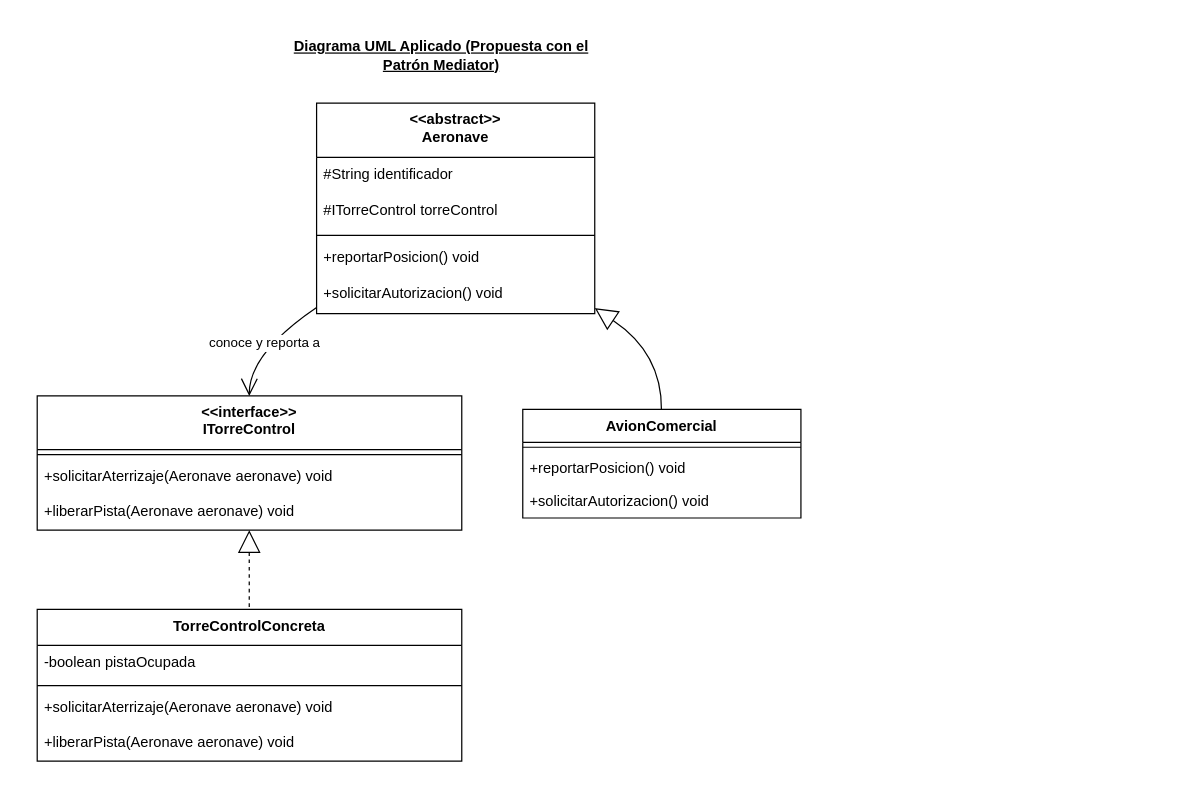
carytnas/PDS_Actividad03_Grupo02 keeps this draw.io diagram as page "MediatorAplicado" (2 of 4) of Diagramas/Mediator-Command.drawio. Above is the earlier version. Source tidied: cells renumbered, new cells numbered last; positions are measured from the earlier drawing's top-left corner, leaving out a move shared by most shapes. Both pictures are drawn from the tidied source at 122%, with x=0, y=0 at pixel (37, 21).
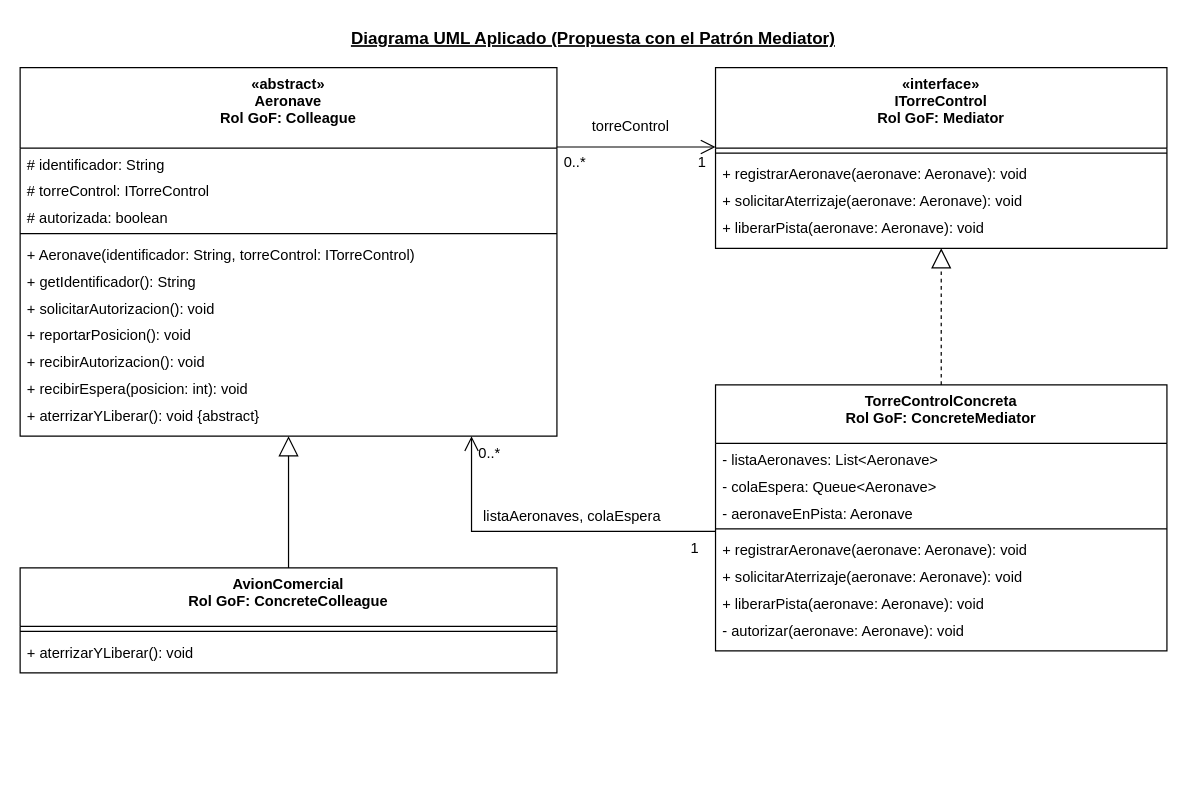
The same diagram, later.

Commit message (it also covers changes not shown here):
Mediator notifica a las aeronaves; UML y PPTX alineados con el código

What changed in the source:
```diff
@@
-    <mxCell id="2" value="&lt;&lt;interface&gt;&gt;&#10;ITorreControl" style="swimlane;fontStyle=1;align=center;verticalAlign=top;horizontal=1;startSize=44.124999046325684;" parent="1" vertex="1">
-      <mxGeometry y="307" width="348" height="110.1" as="geometry" />
-    </mxCell>
-    <mxCell id="3" style="line;strokeWidth=1;fillColor=none;align=left;verticalAlign=middle;spacingTop=-1;spacingLeft=3;spacingRight=3;labelPosition=right;strokeColor=inherit;" parent="2" vertex="1">
-      <mxGeometry y="44.1" width="348" height="8" as="geometry" />
-    </mxCell>
-    <mxCell id="4" value="+solicitarAterrizaje(Aeronave aeronave) void" style="text;strokeColor=none;fillColor=none;align=left;verticalAlign=top;spacingLeft=4;spacingRight=4;overflow=hidden;" parent="2" vertex="1">
-      <mxGeometry y="52.1" width="348" height="29" as="geometry" />
-    </mxCell>
-    <mxCell id="5" value="+liberarPista(Aeronave aeronave) void" style="text;strokeColor=none;fillColor=none;align=left;verticalAlign=top;spacingLeft=4;spacingRight=4;overflow=hidden;" parent="2" vertex="1">
-      <mxGeometry y="81.1" width="348" height="29" as="geometry" />
-    </mxCell>
-    <mxCell id="6" value="TorreControlConcreta" style="swimlane;fontStyle=1;align=center;verticalAlign=top;horizontal=1;startSize=29.41666603088379;" parent="1" vertex="1">
-      <mxGeometry y="482" width="348" height="124.4" as="geometry" />
-    </mxCell>
-    <mxCell id="7" value="-boolean pistaOcupada" style="text;strokeColor=none;fillColor=none;align=left;verticalAlign=top;spacingLeft=4;spacingRight=4;overflow=hidden;" parent="6" vertex="1">
-      <mxGeometry y="29.4" width="348" height="29" as="geometry" />
-    </mxCell>
-    <mxCell id="8" style="line;strokeWidth=1;fillColor=none;align=left;verticalAlign=middle;spacingTop=-1;spacingLeft=3;spacingRight=3;labelPosition=right;strokeColor=inherit;" parent="6" vertex="1">
-      <mxGeometry y="58.4" width="348" height="8" as="geometry" />
-    </mxCell>
-    <mxCell id="9" value="+solicitarAterrizaje(Aeronave aeronave) void" style="text;strokeColor=none;fillColor=none;align=left;verticalAlign=top;spacingLeft=4;spacingRight=4;overflow=hidden;" parent="6" vertex="1">
-      <mxGeometry y="66.4" width="348" height="29" as="geometry" />
-    </mxCell>
-    <mxCell id="10" value="+liberarPista(Aeronave aeronave) void" style="text;strokeColor=none;fillColor=none;align=left;verticalAlign=top;spacingLeft=4;spacingRight=4;overflow=hidden;" parent="6" vertex="1">
-      <mxGeometry y="95.4" width="348" height="29" as="geometry" />
-    </mxCell>
-    <mxCell id="11" value="&lt;&lt;abstract&gt;&gt;&#10;Aeronave" style="swimlane;fontStyle=1;align=center;verticalAlign=top;horizontal=1;startSize=44.45454545454545;" parent="1" vertex="1">
-      <mxGeometry x="229" y="67" width="228" height="172.5" as="geometry" />
-    </mxCell>
-    <mxCell id="12" value="#String identificador" style="text;strokeColor=none;fillColor=none;align=left;verticalAlign=top;spacingLeft=4;spacingRight=4;overflow=hidden;" parent="11" vertex="1">
-      <mxGeometry y="44.5" width="228" height="30" as="geometry" />
-    </mxCell>
-    <mxCell id="13" value="#ITorreControl torreControl" style="text;strokeColor=none;fillColor=none;align=left;verticalAlign=top;spacingLeft=4;spacingRight=4;overflow=hidden;" parent="11" vertex="1">
-      <mxGeometry y="74.5" width="228" height="30" as="geometry" />
-    </mxCell>
-    <mxCell id="14" style="line;strokeWidth=1;fillColor=none;align=left;verticalAlign=middle;spacingTop=-1;spacingLeft=3;spacingRight=3;labelPosition=right;strokeColor=inherit;" parent="11" vertex="1">
-      <mxGeometry y="104.5" width="228" height="8" as="geometry" />
-    </mxCell>
-    <mxCell id="15" value="+reportarPosicion() void" style="text;strokeColor=none;fillColor=none;align=left;verticalAlign=top;spacingLeft=4;spacingRight=4;overflow=hidden;" parent="11" vertex="1">
-      <mxGeometry y="112.5" width="228" height="30" as="geometry" />
-    </mxCell>
-    <mxCell id="16" value="+solicitarAutorizacion() void" style="text;strokeColor=none;fillColor=none;align=left;verticalAlign=top;spacingLeft=4;spacingRight=4;overflow=hidden;" parent="11" vertex="1">
-      <mxGeometry y="142.5" width="228" height="30" as="geometry" />
-    </mxCell>
-    <mxCell id="17" value="AvionComercial" style="swimlane;fontStyle=1;align=center;verticalAlign=top;horizontal=1;startSize=27.142857142857142;" parent="1" vertex="1">
-      <mxGeometry x="398" y="318" width="228" height="89.1" as="geometry" />
-    </mxCell>
-    <mxCell id="18" style="line;strokeWidth=1;fillColor=none;align=left;verticalAlign=middle;spacingTop=-1;spacingLeft=3;spacingRight=3;labelPosition=right;strokeColor=inherit;" parent="17" vertex="1">
-      <mxGeometry y="27.1" width="228" height="8" as="geometry" />
-    </mxCell>
-    <mxCell id="19" value="+reportarPosicion() void" style="text;strokeColor=none;fillColor=none;align=left;verticalAlign=top;spacingLeft=4;spacingRight=4;overflow=hidden;" parent="17" vertex="1">
-      <mxGeometry y="35.1" width="228" height="27" as="geometry" />
-    </mxCell>
-    <mxCell id="20" value="+solicitarAutorizacion() void" style="text;strokeColor=none;fillColor=none;align=left;verticalAlign=top;spacingLeft=4;spacingRight=4;overflow=hidden;" parent="17" vertex="1">
-      <mxGeometry y="62.1" width="228" height="27" as="geometry" />
-    </mxCell>
-    <mxCell id="21" style="curved=1;dashed=1;startArrow=block;startSize=16;startFill=0;endArrow=none;exitX=0.4994312593306618;exitY=0.994708984617203;entryX=0.4994312593306618;entryY=0.0026454925537109375;rounded=0;" parent="1" edge="1" source="2" target="6">
-      <mxGeometry relative="1" as="geometry" />
-    </mxCell>
-    <mxCell id="22" style="curved=1;startArrow=block;startSize=16;startFill=0;endArrow=none;exitX=0.9989034753096732;exitY=0.9730781838131156;entryX=0.4984009056760554;entryY=0;rounded=0;" parent="1" edge="1" source="11" target="17">
-      <mxGeometry relative="1" as="geometry">
-        <Array as="points">
-          <mxPoint x="512" y="272" />
-        </Array>
-      </mxGeometry>
-    </mxCell>
-    <mxCell id="23" value="conoce y reporta a" style="curved=1;startArrow=none;endArrow=open;endSize=12;exitX=-0.0013706474973444354;exitY=0.9730781838131156;entryX=0.4994312593306618;entryY=-0.0026454925537109375;rounded=0;" parent="1" edge="1" source="11" target="2">
-      <mxGeometry relative="1" as="geometry">
-        <Array as="points">
-          <mxPoint x="174" y="272" />
-        </Array>
-      </mxGeometry>
-    </mxCell>
+    <mxCell id="25" value="«abstract»&#10;Aeronave&#10;Rol GoF: Colleague" style="swimlane;fontStyle=1;align=center;verticalAlign=top;horizontal=1;startSize=66;" parent="1" vertex="1">
+      <mxGeometry x="-14" y="38" width="440" height="302" as="geometry" />
+    </mxCell>
+    <mxCell id="26" value="# identificador: String" style="text;strokeColor=none;fillColor=none;align=left;verticalAlign=top;spacingLeft=4;spacingRight=4;overflow=hidden;" parent="25" vertex="1">
+      <mxGeometry y="66" width="440" height="22" as="geometry" />
+    </mxCell>
+    <mxCell id="27" value="# torreControl: ITorreControl" style="text;strokeColor=none;fillColor=none;align=left;verticalAlign=top;spacingLeft=4;spacingRight=4;overflow=hidden;" parent="25" vertex="1">
+      <mxGeometry y="88" width="440" height="22" as="geometry" />
+    </mxCell>
+    <mxCell id="28" value="# autorizada: boolean" style="text;strokeColor=none;fillColor=none;align=left;verticalAlign=top;spacingLeft=4;spacingRight=4;overflow=hidden;" parent="25" vertex="1">
+      <mxGeometry y="110" width="440" height="22" as="geometry" />
+    </mxCell>
+    <mxCell id="29" style="line;strokeWidth=1;fillColor=none;align=left;verticalAlign=middle;spacingTop=-1;spacingLeft=3;spacingRight=3;labelPosition=right;strokeColor=inherit;" parent="25" vertex="1">
+      <mxGeometry y="132" width="440" height="8" as="geometry" />
+    </mxCell>
+    <mxCell id="30" value="+ Aeronave(identificador: String, torreControl: ITorreControl)" style="text;strokeColor=none;fillColor=none;align=left;verticalAlign=top;spacingLeft=4;spacingRight=4;overflow=hidden;" parent="25" vertex="1">
+      <mxGeometry y="140" width="440" height="22" as="geometry" />
+    </mxCell>
+    <mxCell id="31" value="+ getIdentificador(): String" style="text;strokeColor=none;fillColor=none;align=left;verticalAlign=top;spacingLeft=4;spacingRight=4;overflow=hidden;" parent="25" vertex="1">
+      <mxGeometry y="162" width="440" height="22" as="geometry" />
+    </mxCell>
+    <mxCell id="32" value="+ solicitarAutorizacion(): void" style="text;strokeColor=none;fillColor=none;align=left;verticalAlign=top;spacingLeft=4;spacingRight=4;overflow=hidden;" parent="25" vertex="1">
+      <mxGeometry y="184" width="440" height="22" as="geometry" />
+    </mxCell>
+    <mxCell id="33" value="+ reportarPosicion(): void" style="text;strokeColor=none;fillColor=none;align=left;verticalAlign=top;spacingLeft=4;spacingRight=4;overflow=hidden;" parent="25" vertex="1">
+      <mxGeometry y="206" width="440" height="22" as="geometry" />
+    </mxCell>
+    <mxCell id="34" value="+ recibirAutorizacion(): void" style="text;strokeColor=none;fillColor=none;align=left;verticalAlign=top;spacingLeft=4;spacingRight=4;overflow=hidden;" parent="25" vertex="1">
+      <mxGeometry y="228" width="440" height="22" as="geometry" />
+    </mxCell>
+    <mxCell id="35" value="+ recibirEspera(posicion: int): void" style="text;strokeColor=none;fillColor=none;align=left;verticalAlign=top;spacingLeft=4;spacingRight=4;overflow=hidden;" parent="25" vertex="1">
+      <mxGeometry y="250" width="440" height="22" as="geometry" />
+    </mxCell>
+    <mxCell id="36" value="+ aterrizarYLiberar(): void {abstract}" style="text;strokeColor=none;fillColor=none;align=left;verticalAlign=top;spacingLeft=4;spacingRight=4;overflow=hidden;" parent="25" vertex="1">
+      <mxGeometry y="272" width="440" height="22" as="geometry" />
+    </mxCell>
+    <mxCell id="37" value="«interface»&#10;ITorreControl&#10;Rol GoF: Mediator" style="swimlane;fontStyle=1;align=center;verticalAlign=top;horizontal=1;startSize=66;" parent="1" vertex="1">
+      <mxGeometry x="556" y="38" width="370" height="148" as="geometry" />
+    </mxCell>
+    <mxCell id="38" style="line;strokeWidth=1;fillColor=none;align=left;verticalAlign=middle;spacingTop=-1;spacingLeft=3;spacingRight=3;labelPosition=right;strokeColor=inherit;" parent="37" vertex="1">
+      <mxGeometry y="66" width="370" height="8" as="geometry" />
+    </mxCell>
+    <mxCell id="39" value="+ registrarAeronave(aeronave: Aeronave): void" style="text;strokeColor=none;fillColor=none;align=left;verticalAlign=top;spacingLeft=4;spacingRight=4;overflow=hidden;" parent="37" vertex="1">
+      <mxGeometry y="74" width="370" height="22" as="geometry" />
+    </mxCell>
+    <mxCell id="40" value="+ solicitarAterrizaje(aeronave: Aeronave): void" style="text;strokeColor=none;fillColor=none;align=left;verticalAlign=top;spacingLeft=4;spacingRight=4;overflow=hidden;" parent="37" vertex="1">
+      <mxGeometry y="96" width="370" height="22" as="geometry" />
+    </mxCell>
+    <mxCell id="41" value="+ liberarPista(aeronave: Aeronave): void" style="text;strokeColor=none;fillColor=none;align=left;verticalAlign=top;spacingLeft=4;spacingRight=4;overflow=hidden;" parent="37" vertex="1">
+      <mxGeometry y="118" width="370" height="22" as="geometry" />
+    </mxCell>
+    <mxCell id="42" value="TorreControlConcreta&#10;Rol GoF: ConcreteMediator" style="swimlane;fontStyle=1;align=center;verticalAlign=top;horizontal=1;startSize=48;" parent="1" vertex="1">
+      <mxGeometry x="556" y="298" width="370" height="218" as="geometry" />
+    </mxCell>
+    <mxCell id="43" value="- listaAeronaves: List&lt;Aeronave&gt;" style="text;strokeColor=none;fillColor=none;align=left;verticalAlign=top;spacingLeft=4;spacingRight=4;overflow=hidden;" parent="42" vertex="1">
+      <mxGeometry y="48" width="370" height="22" as="geometry" />
+    </mxCell>
+    <mxCell id="44" value="- colaEspera: Queue&lt;Aeronave&gt;" style="text;strokeColor=none;fillColor=none;align=left;verticalAlign=top;spacingLeft=4;spacingRight=4;overflow=hidden;" parent="42" vertex="1">
+      <mxGeometry y="70" width="370" height="22" as="geometry" />
+    </mxCell>
+    <mxCell id="45" value="- aeronaveEnPista: Aeronave" style="text;strokeColor=none;fillColor=none;align=left;verticalAlign=top;spacingLeft=4;spacingRight=4;overflow=hidden;" parent="42" vertex="1">
+      <mxGeometry y="92" width="370" height="22" as="geometry" />
+    </mxCell>
+    <mxCell id="46" style="line;strokeWidth=1;fillColor=none;align=left;verticalAlign=middle;spacingTop=-1;spacingLeft=3;spacingRight=3;labelPosition=right;strokeColor=inherit;" parent="42" vertex="1">
+      <mxGeometry y="114" width="370" height="8" as="geometry" />
+    </mxCell>
+    <mxCell id="47" value="+ registrarAeronave(aeronave: Aeronave): void" style="text;strokeColor=none;fillColor=none;align=left;verticalAlign=top;spacingLeft=4;spacingRight=4;overflow=hidden;" parent="42" vertex="1">
+      <mxGeometry y="122" width="370" height="22" as="geometry" />
+    </mxCell>
+    <mxCell id="48" value="+ solicitarAterrizaje(aeronave: Aeronave): void" style="text;strokeColor=none;fillColor=none;align=left;verticalAlign=top;spacingLeft=4;spacingRight=4;overflow=hidden;" parent="42" vertex="1">
+      <mxGeometry y="144" width="370" height="22" as="geometry" />
+    </mxCell>
+    <mxCell id="49" value="+ liberarPista(aeronave: Aeronave): void" style="text;strokeColor=none;fillColor=none;align=left;verticalAlign=top;spacingLeft=4;spacingRight=4;overflow=hidden;" parent="42" vertex="1">
+      <mxGeometry y="166" width="370" height="22" as="geometry" />
+    </mxCell>
+    <mxCell id="50" value="- autorizar(aeronave: Aeronave): void" style="text;strokeColor=none;fillColor=none;align=left;verticalAlign=top;spacingLeft=4;spacingRight=4;overflow=hidden;" parent="42" vertex="1">
+      <mxGeometry y="188" width="370" height="22" as="geometry" />
+    </mxCell>
+    <mxCell id="51" value="AvionComercial&#10;Rol GoF: ConcreteColleague" style="swimlane;fontStyle=1;align=center;verticalAlign=top;horizontal=1;startSize=48;" parent="1" vertex="1">
+      <mxGeometry x="-14" y="448" width="440" height="86" as="geometry" />
+    </mxCell>
+    <mxCell id="52" style="line;strokeWidth=1;fillColor=none;align=left;verticalAlign=middle;spacingTop=-1;spacingLeft=3;spacingRight=3;labelPosition=right;strokeColor=inherit;" parent="51" vertex="1">
+      <mxGeometry y="48" width="440" height="8" as="geometry" />
+    </mxCell>
+    <mxCell id="53" value="+ aterrizarYLiberar(): void" style="text;strokeColor=none;fillColor=none;align=left;verticalAlign=top;spacingLeft=4;spacingRight=4;overflow=hidden;" parent="51" vertex="1">
+      <mxGeometry y="56" width="440" height="22" as="geometry" />
+    </mxCell>
+    <mxCell id="54" style="rounded=0;html=1;edgeStyle=none;exitX=1.0000;exitY=0.2152;exitDx=0;exitDy=0;entryX=0.0000;entryY=0.4392;entryDx=0;entryDy=0;endArrow=open;endFill=0;endSize=10;startArrow=none;startFill=0;startSize=14;" parent="1" edge="1" source="25" target="37">
+      <mxGeometry relative="1" as="geometry" />
+    </mxCell>
+    <mxCell id="55" style="rounded=0;html=1;edgeStyle=none;exitX=0.0000;exitY=0.5505;exitDx=0;exitDy=0;entryX=0.8409;entryY=1.0000;entryDx=0;entryDy=0;endArrow=open;endFill=0;endSize=10;startArrow=none;startFill=0;startSize=14;" parent="1" edge="1" source="42" target="25">
+      <mxGeometry relative="1" as="geometry">
+        <Array as="points">
+          <mxPoint x="356" y="418" />
+        </Array>
+      </mxGeometry>
+    </mxCell>
+    <mxCell id="56" style="rounded=0;html=1;edgeStyle=none;exitX=0.5000;exitY=0.0000;exitDx=0;exitDy=0;entryX=0.5000;entryY=1.0000;entryDx=0;entryDy=0;endArrow=block;endFill=0;endSize=14;startArrow=none;startFill=0;startSize=14;dashed=1;" parent="1" edge="1" source="42" target="37">
+      <mxGeometry relative="1" as="geometry" />
+    </mxCell>
+    <mxCell id="57" style="rounded=0;html=1;edgeStyle=none;exitX=0.5000;exitY=0.0000;exitDx=0;exitDy=0;entryX=0.5000;entryY=1.0000;entryDx=0;entryDy=0;endArrow=block;endFill=0;endSize=14;startArrow=none;startFill=0;startSize=14;" parent="1" edge="1" source="51" target="25">
+      <mxGeometry relative="1" as="geometry" />
+    </mxCell>
+    <mxCell id="58" value="torreControl" style="text;html=0;strokeColor=none;fillColor=none;align=left;verticalAlign=middle;" parent="1" vertex="1">
+      <mxGeometry x="453" y="76" width="84" height="18" as="geometry" />
+    </mxCell>
+    <mxCell id="59" value="0..*" style="text;html=0;strokeColor=none;fillColor=none;align=left;verticalAlign=middle;" parent="1" vertex="1">
+      <mxGeometry x="430" y="106" width="28" height="18" as="geometry" />
+    </mxCell>
+    <mxCell id="60" value="1" style="text;html=0;strokeColor=none;fillColor=none;align=left;verticalAlign=middle;" parent="1" vertex="1">
+      <mxGeometry x="540" y="106" width="24" height="18" as="geometry" />
+    </mxCell>
+    <mxCell id="61" value="listaAeronaves, colaEspera" style="text;html=0;strokeColor=none;fillColor=none;align=left;verticalAlign=middle;" parent="1" vertex="1">
+      <mxGeometry x="364" y="396" width="182" height="18" as="geometry" />
+    </mxCell>
+    <mxCell id="62" value="0..*" style="text;html=0;strokeColor=none;fillColor=none;align=left;verticalAlign=middle;" parent="1" vertex="1">
+      <mxGeometry x="360" y="344" width="28" height="18" as="geometry" />
+    </mxCell>
+    <mxCell id="63" value="1" style="text;html=0;strokeColor=none;fillColor=none;align=left;verticalAlign=middle;" parent="1" vertex="1">
+      <mxGeometry x="534" y="422" width="24" height="18" as="geometry" />
+    </mxCell>
-    <mxCell id="24" value="Diagrama UML Aplicado (Propuesta con el Patrón Mediator)" style="text;html=1;align=center;verticalAlign=middle;whiteSpace=wrap;rounded=0;fontStyle=5;" parent="1" vertex="1">
-      <mxGeometry x="206" width="251" height="56" as="geometry" />
+    <mxCell id="24" value="Diagrama UML Aplicado (Propuesta con el Patrón Mediator)" style="text;html=0;strokeColor=none;fillColor=none;align=center;verticalAlign=middle;fontStyle=5;fontSize=14;" parent="1" vertex="1">
+      <mxGeometry x="206" width="500" height="26" as="geometry" />
     </mxCell>
```
